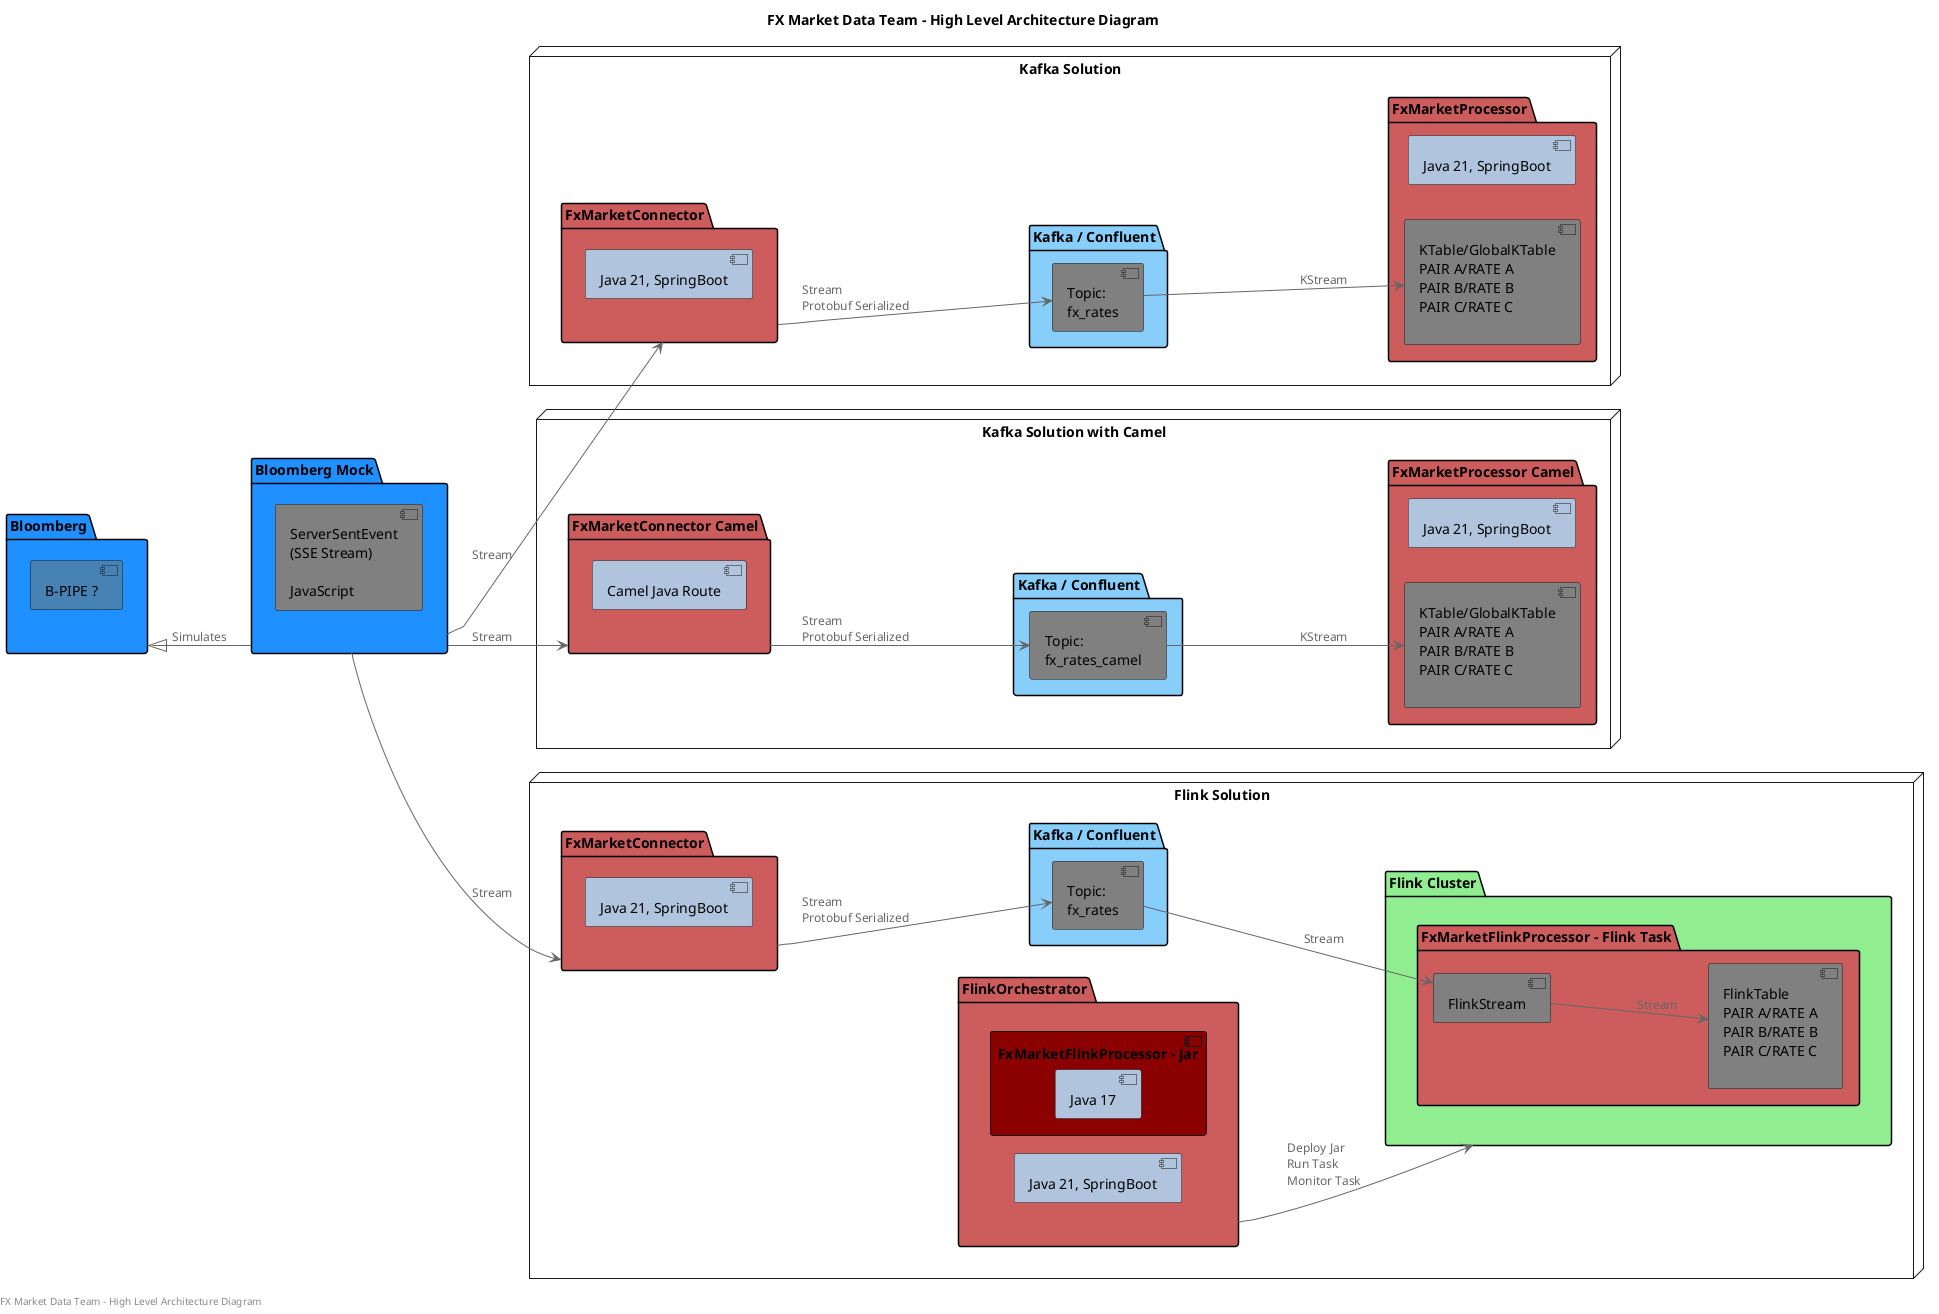
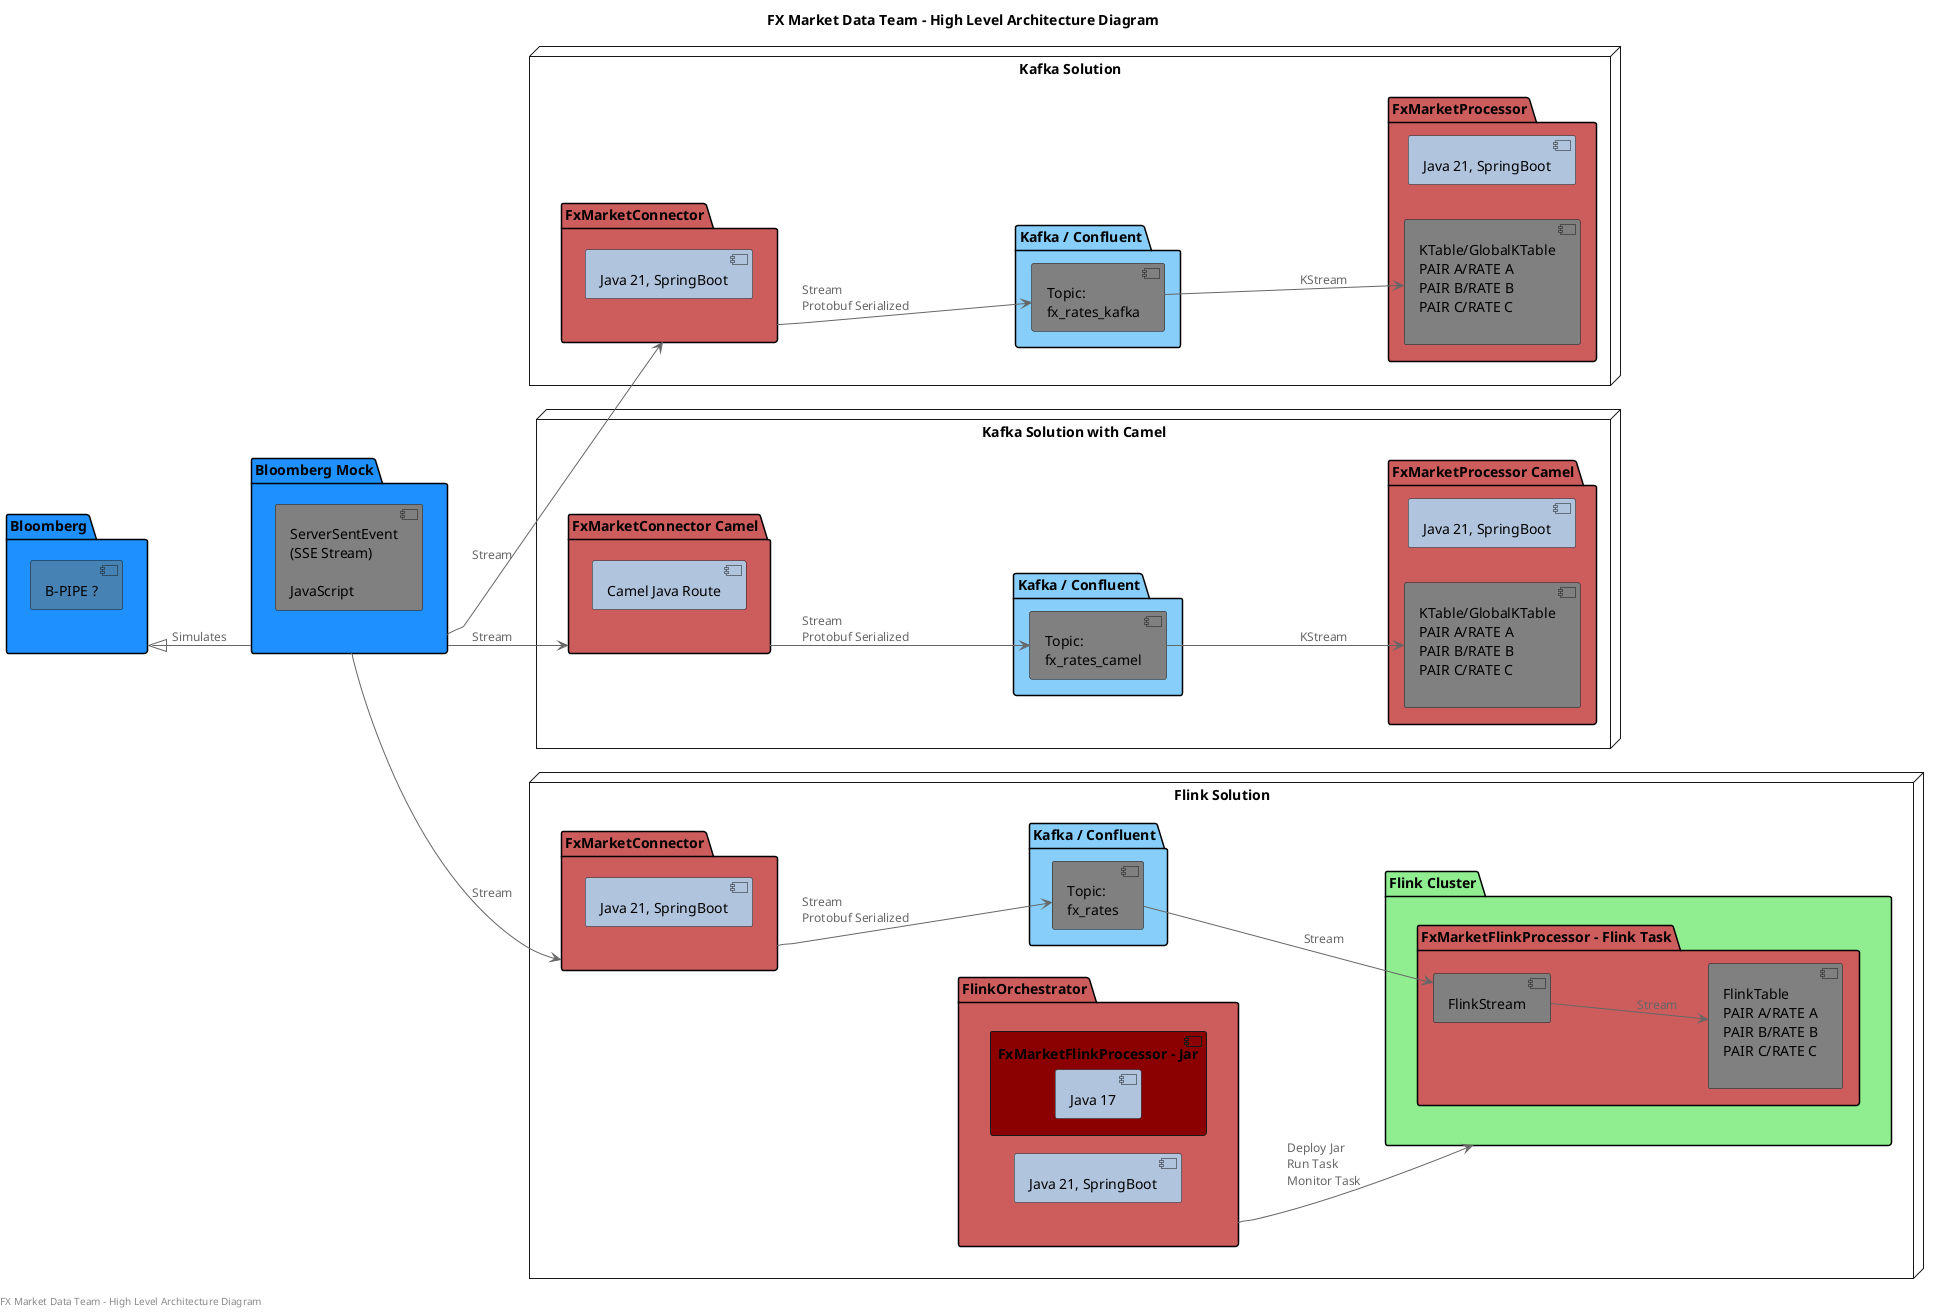
@startuml
!include <k8s/Common>
!include <k8s/Context>
!include <k8s/Simplified>
!include <k8s/OSS/all>
!include <kubernetes/k8s-sprites-unlabeled-25pct>

title FX Market Data Team - High Level Architecture Diagram
footer FX Market Data Team - High Level Architecture Diagram
left to right direction

'Real Bloomberg part
package "Bloomberg" #DodgerBlue {
    component [B-PIPE ?] #SteelBlue
}

'Bloomberg mock
package "Bloomberg Mock" as BMExternal #DodgerBlue {
   component "ServerSentEvent\n(SSE Stream)\n\nJavaScript" #grey
}

Bloomberg <|-- BMExternal : Simulates

'Kafka
node "Kafka Solution" as KafkaSolution {
            package "FxMarketConnector" as KS_FxMarketConnector #IndianRed {
                component "Java 21, SpringBoot" as KS_FxMarketConnectorTools #LightSteelBlue
            }
            package "Kafka / Confluent" as KafkaConfluent #LightSkyBlue {
-                    component "Topic:\nfx_rates" as KS_FX_RATES_TOPIC #grey
+                    component "Topic:\nfx_rates_kafka" as KS_FX_RATES_KAFKA_TOPIC #grey
            }
            package "FxMarketProcessor" #IndianRed {
                component "Java 21, SpringBoot" as KS_FxMarketProcessorTools #LightSteelBlue
                component "KTable/GlobalKTable\nPAIR A/RATE A\nPAIR B/RATE B\nPAIR C/RATE C\n" as K_KT1 #grey
            }

            BMExternal --> KS_FxMarketConnector : Stream
-             KS_FxMarketConnector --> KS_FX_RATES_TOPIC : Stream\nProtobuf Serialized
-             KS_FX_RATES_TOPIC --> K_KT1 : KStream
+             KS_FxMarketConnector --> KS_FX_RATES_KAFKA_TOPIC : Stream\nProtobuf Serialized
+             KS_FX_RATES_KAFKA_TOPIC --> K_KT1 : KStream
}

node "Kafka Solution with Camel" as KafkaSolutionCamel {
    package "FxMarketConnector Camel" as KS_FxMarketConnectorCamel #IndianRed {
        component "Camel Java Route" as KS_FxMarketConnectorToolsCamel #LightSteelBlue
    }
    package "Kafka / Confluent" as KafkaConfluentCamel #LightSkyBlue {
           component "Topic:\nfx_rates_camel" as KS_FX_RATES_TOPIC_CAMEL #grey
    }
    package "FxMarketProcessor Camel" as FxMarketProcessorCamel #IndianRed {
            component "Java 21, SpringBoot" as KS_FxMarketProcessorToolsCamel #LightSteelBlue
            component "KTable/GlobalKTable\nPAIR A/RATE A\nPAIR B/RATE B\nPAIR C/RATE C\n" as K_KT1_Camel #grey
    }

    BMExternal --> KS_FxMarketConnectorCamel : Stream
    KS_FxMarketConnectorCamel --> KS_FX_RATES_TOPIC_CAMEL : Stream\nProtobuf Serialized
    KS_FX_RATES_TOPIC_CAMEL --> K_KT1_Camel : KStream
}

'Flink
node "Flink Solution" as Flink {
           package "FxMarketConnector" as FS_FxMarketConnector #IndianRed {
               component "Java 21, SpringBoot" as FS_FxMarketConnectorTools #LightSteelBlue
           }
           package "Kafka / Confluent" as FlinkKafkaConfluent #LightSkyBlue {
                  component "Topic:\nfx_rates " as FS_FX_RATES_TOPIC #grey
           }
            package FlinkOrchestrator #IndianRed {
                component "Java 21, SpringBoot" as FS_FlinkOrchestratorTools #LightSteelBlue
                component "FxMarketFlinkProcessor - Jar" #DarkRed {
                    component "Java 17" as FX_FxMarketFlinkProcessorTools #LightSteelBlue
                }
            }

            package "Flink Cluster" as F_KC2 #LightGreen {
            package "FxMarketFlinkProcessor - Flink Task" #IndianRed {
                component "FlinkStream" as F_KS2 #grey
                component "FlinkTable\nPAIR A/RATE A\nPAIR B/RATE B\nPAIR C/RATE C\n" as F_KT2 #grey
                    F_KS2 --> F_KT2 : Stream
                }
            }

            BMExternal --> FS_FxMarketConnector : Stream
            FS_FxMarketConnector --> FS_FX_RATES_TOPIC : Stream\nProtobuf Serialized
            FS_FX_RATES_TOPIC --> "F_KS2" : Stream
            FlinkOrchestrator --> F_KC2 : Deploy Jar\nRun Task\nMonitor Task

}

@enduml